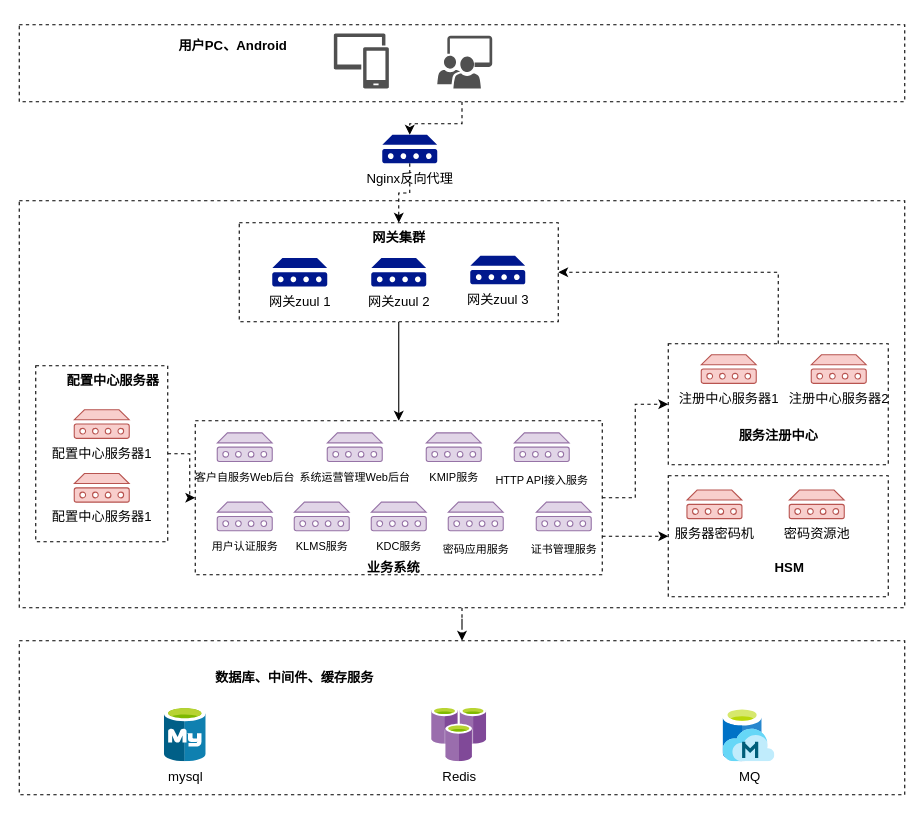
Earlier version of the draw.io diagram cloud-arch.drawio (twoconk/guaniu). Source tidied: cells renumbered, new cells numbered last; positions are measured from the earlier drawing's top-left corner, leaving out a move shared by most shapes. Both pictures are drawn from the tidied source at 110%, with x=0, y=0 at pixel (19, 19).
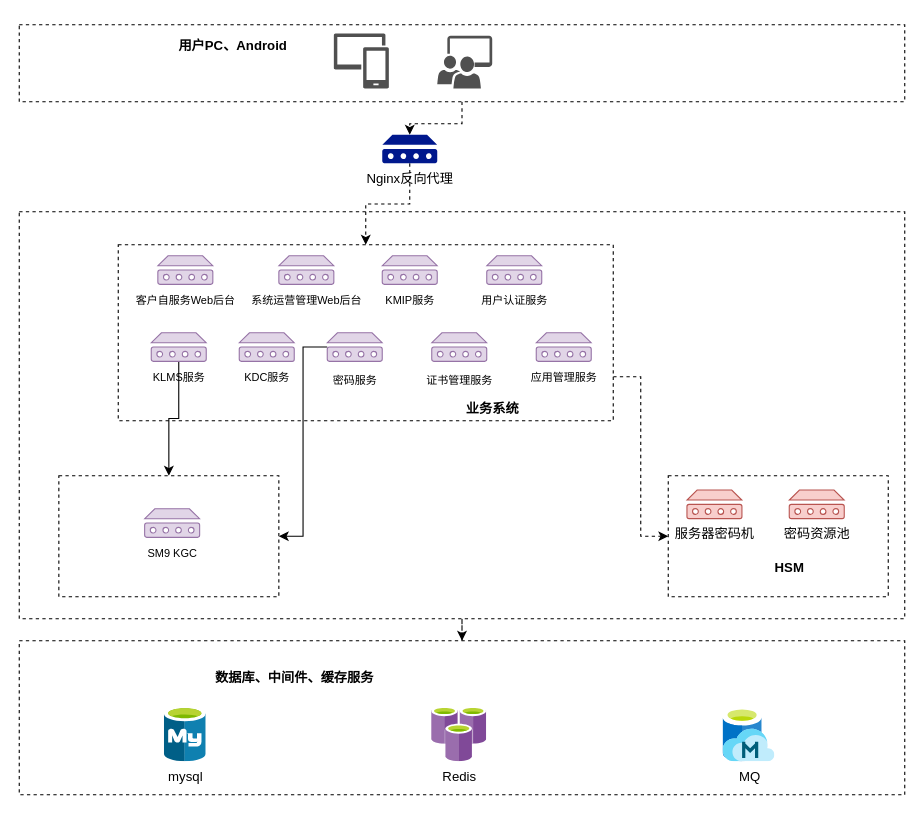
The same diagram, later.

Unchanged cells that the change refers to:
```xml
<mxCell id="26" value="Nginx反向代理" style="shadow=0;dashed=0;html=1;strokeColor=none;labelPosition=center;verticalLabelPosition=bottom;verticalAlign=top;align=center;fillColor=#00188D;shape=mxgraph.mscae.enterprise.device;" parent="1" vertex="1">
  <mxGeometry x="330" y="105" width="50" height="26" as="geometry" />
</mxCell>
```

Change to the diagram source:
```diff
@@
-    <mxCell id="4" style="edgeStyle=orthogonalEdgeStyle;rounded=0;jumpStyle=none;jettySize=auto;html=1;entryX=1;entryY=0.5;entryDx=0;entryDy=0;dashed=1;exitX=0;exitY=0.5;exitDx=0;exitDy=0;" parent="1" edge="1" source="16" target="12">
-      <mxGeometry relative="1" as="geometry" />
+    <mxCell id="4" style="edgeStyle=orthogonalEdgeStyle;rounded=0;jumpStyle=none;jettySize=auto;html=1;entryX=1;entryY=0.5;entryDx=0;entryDy=0;dashed=1;exitX=0;exitY=0.5;exitDx=0;exitDy=0;" parent="1" edge="1" source="16">
+      <mxGeometry relative="1" as="geometry">
+        <mxPoint x="135" y="395" as="targetPoint" />
+      </mxGeometry>
     </mxCell>
     <mxCell id="5" style="rounded=0;whiteSpace=wrap;html=1;dashed=1;" parent="1" vertex="1">
-      <mxGeometry y="165" width="805" height="370" as="geometry" />
+      <mxGeometry y="175" width="805" height="370" as="geometry" />
     </mxCell>
@@
-    <mxCell id="7" style="rounded=0;whiteSpace=wrap;html=1;dashed=1;" parent="1" vertex="1">
-      <mxGeometry x="590" y="295" width="200" height="110" as="geometry" />
-    </mxCell>
-    <mxCell id="8" style="edgeStyle=orthogonalEdgeStyle;rounded=0;jettySize=auto;html=1;entryX=0.5;entryY=0;entryDx=0;entryDy=0;" parent="1" edge="1" source="9" target="16">
-      <mxGeometry relative="1" as="geometry" />
-    </mxCell>
-    <mxCell id="9" style="rounded=0;whiteSpace=wrap;html=1;dashed=1;" parent="1" vertex="1">
-      <mxGeometry x="200" y="185" width="290" height="90" as="geometry" />
-    </mxCell>
@@
-    <mxCell id="11" style="edgeStyle=orthogonalEdgeStyle;rounded=0;jumpStyle=none;jettySize=auto;html=1;entryX=0;entryY=0.5;entryDx=0;entryDy=0;dashed=1;" parent="1" edge="1" source="12" target="16">
-      <mxGeometry relative="1" as="geometry" />
-    </mxCell>
-    <mxCell id="12" style="rounded=0;whiteSpace=wrap;html=1;dashed=1;" parent="1" vertex="1">
-      <mxGeometry x="15" y="315" width="120" height="160" as="geometry" />
-    </mxCell>
-    <mxCell id="13" value="&lt;font style=&quot;font-size: 12px&quot;&gt;配置中心服务器&lt;/font&gt;" style="text;strokeColor=none;fillColor=none;html=1;fontSize=24;fontStyle=1;verticalAlign=middle;align=center;dashed=1;" parent="1" vertex="1">
-      <mxGeometry x="35" y="305" width="100" height="40" as="geometry" />
-    </mxCell>
-    <mxCell id="14" style="edgeStyle=orthogonalEdgeStyle;rounded=0;jettySize=auto;html=1;exitX=1;exitY=0.5;exitDx=0;exitDy=0;dashed=1;entryX=0;entryY=0.5;entryDx=0;entryDy=0;" parent="1" edge="1" source="16" target="7">
-      <mxGeometry relative="1" as="geometry" />
-    </mxCell>
@@
     <mxCell id="16" style="rounded=0;whiteSpace=wrap;html=1;dashed=1;" parent="1" vertex="1">
-      <mxGeometry x="160" y="365" width="370" height="140" as="geometry" />
+      <mxGeometry x="90" y="205" width="450" height="160" as="geometry" />
     </mxCell>
@@
-    <mxCell id="18" value="&lt;span style=&quot;font-size: 12px&quot;&gt;网关集群&lt;/span&gt;" style="text;strokeColor=none;fillColor=none;html=1;fontSize=24;fontStyle=1;verticalAlign=middle;align=center;dashed=1;" parent="1" vertex="1">
-      <mxGeometry x="265" y="175" width="160" height="40" as="geometry" />
-    </mxCell>
     <mxCell id="19" value="&lt;span style=&quot;font-size: 12px&quot;&gt;业务系统&lt;/span&gt;" style="text;strokeColor=none;fillColor=none;html=1;fontSize=24;fontStyle=1;verticalAlign=middle;align=center;dashed=1;" parent="1" vertex="1">
-      <mxGeometry x="260" y="475" width="160" height="40" as="geometry" />
+      <mxGeometry x="350" y="330" width="160" height="40" as="geometry" />
     </mxCell>
-    <mxCell id="20" style="edgeStyle=orthogonalEdgeStyle;rounded=0;jettySize=auto;html=1;exitX=0.5;exitY=0;exitDx=0;exitDy=0;jumpStyle=none;dashed=1;entryX=1;entryY=0.5;entryDx=0;entryDy=0;" parent="1" edge="1" source="7" target="9">
-      <mxGeometry relative="1" as="geometry" />
-    </mxCell>
-    <mxCell id="21" value="&lt;span style=&quot;font-size: 12px&quot;&gt;服务注册中心&lt;/span&gt;" style="text;strokeColor=none;fillColor=none;html=1;fontSize=24;fontStyle=1;verticalAlign=middle;align=center;dashed=1;" parent="1" vertex="1">
-      <mxGeometry x="610" y="355" width="160" height="40" as="geometry" />
-    </mxCell>
@@
-    <mxCell id="25" style="edgeStyle=orthogonalEdgeStyle;rounded=0;jumpStyle=none;jettySize=auto;html=1;dashed=1;" parent="1" edge="1" source="26" target="9">
+    <mxCell id="25" style="edgeStyle=orthogonalEdgeStyle;rounded=0;jumpStyle=none;jettySize=auto;html=1;dashed=1;" parent="1" edge="1" source="26" target="16">
       <mxGeometry relative="1" as="geometry" />
     </mxCell>
@@
-    <mxCell id="27" value="网关zuul 1" style="shadow=0;dashed=0;html=1;strokeColor=none;labelPosition=center;verticalLabelPosition=bottom;verticalAlign=top;align=center;fillColor=#00188D;shape=mxgraph.mscae.enterprise.device;" parent="1" vertex="1">
-      <mxGeometry x="230" y="217" width="50" height="26" as="geometry" />
-    </mxCell>
-    <mxCell id="28" value="网关zuul 2" style="shadow=0;dashed=0;html=1;strokeColor=none;labelPosition=center;verticalLabelPosition=bottom;verticalAlign=top;align=center;fillColor=#00188D;shape=mxgraph.mscae.enterprise.device;" parent="1" vertex="1">
-      <mxGeometry x="320" y="217" width="50" height="26" as="geometry" />
-    </mxCell>
-    <mxCell id="29" value="网关zuul 3" style="shadow=0;dashed=0;html=1;strokeColor=none;labelPosition=center;verticalLabelPosition=bottom;verticalAlign=top;align=center;fillColor=#00188D;shape=mxgraph.mscae.enterprise.device;" parent="1" vertex="1">
-      <mxGeometry x="410" y="215" width="50" height="26" as="geometry" />
-    </mxCell>
-    <mxCell id="30" value="配置中心服务器1" style="shadow=0;dashed=0;html=1;strokeColor=#b85450;labelPosition=center;verticalLabelPosition=bottom;verticalAlign=top;align=center;fillColor=#f8cecc;shape=mxgraph.mscae.enterprise.device;" parent="1" vertex="1">
-      <mxGeometry x="50" y="413" width="50" height="26" as="geometry" />
-    </mxCell>
-    <mxCell id="31" value="配置中心服务器1" style="shadow=0;dashed=0;html=1;strokeColor=#b85450;labelPosition=center;verticalLabelPosition=bottom;verticalAlign=top;align=center;fillColor=#f8cecc;shape=mxgraph.mscae.enterprise.device;" parent="1" vertex="1">
-      <mxGeometry x="50" y="355" width="50" height="26" as="geometry" />
-    </mxCell>
-    <mxCell id="32" value="注册中心服务器1" style="shadow=0;dashed=0;html=1;strokeColor=#b85450;labelPosition=center;verticalLabelPosition=bottom;verticalAlign=top;align=center;fillColor=#f8cecc;shape=mxgraph.mscae.enterprise.device;" parent="1" vertex="1">
-      <mxGeometry x="620" y="305" width="50" height="26" as="geometry" />
-    </mxCell>
-    <mxCell id="33" value="注册中心服务器2" style="shadow=0;dashed=0;html=1;strokeColor=#b85450;labelPosition=center;verticalLabelPosition=bottom;verticalAlign=top;align=center;fillColor=#f8cecc;shape=mxgraph.mscae.enterprise.device;" parent="1" vertex="1">
-      <mxGeometry x="720" y="305" width="50" height="26" as="geometry" />
-    </mxCell>
     <mxCell id="34" value="&lt;font size=&quot;1&quot;&gt;客户自服务Web后台&lt;/font&gt;" style="shadow=0;dashed=0;html=1;strokeColor=#9673a6;labelPosition=center;verticalLabelPosition=bottom;verticalAlign=top;align=center;fillColor=#e1d5e7;shape=mxgraph.mscae.enterprise.device;" parent="1" vertex="1">
-      <mxGeometry x="180" y="376" width="50" height="26" as="geometry" />
+      <mxGeometry x="126" y="215" width="50" height="26" as="geometry" />
     </mxCell>
-    <mxCell id="35" value="&lt;p class=&quot;MsoNormal&quot; align=&quot;center&quot; style=&quot;margin: 0pt 0pt 0.0001pt ; line-height: 21px ; text-indent: 0pt&quot;&gt;&lt;font style=&quot;font-size: 10px&quot;&gt;HTTP API接入服务&lt;/font&gt;&lt;/p&gt;" style="shadow=0;dashed=0;html=1;strokeColor=#9673a6;labelPosition=center;verticalLabelPosition=bottom;verticalAlign=top;align=center;fillColor=#e1d5e7;shape=mxgraph.mscae.enterprise.device;" parent="1" vertex="1">
-      <mxGeometry x="450" y="376" width="50" height="26" as="geometry" />
-    </mxCell>
     <mxCell id="36" value="&lt;font size=&quot;1&quot;&gt;系统运营管理Web后台&lt;/font&gt;" style="shadow=0;dashed=0;html=1;strokeColor=#9673a6;labelPosition=center;verticalLabelPosition=bottom;verticalAlign=top;align=center;fillColor=#e1d5e7;shape=mxgraph.mscae.enterprise.device;" parent="1" vertex="1">
-      <mxGeometry x="280" y="376" width="50" height="26" as="geometry" />
+      <mxGeometry x="236" y="215" width="50" height="26" as="geometry" />
     </mxCell>
     <mxCell id="37" value="&lt;font size=&quot;1&quot;&gt;KMIP服务&lt;/font&gt;" style="shadow=0;dashed=0;html=1;strokeColor=#9673a6;labelPosition=center;verticalLabelPosition=bottom;verticalAlign=top;align=center;fillColor=#e1d5e7;shape=mxgraph.mscae.enterprise.device;" parent="1" vertex="1">
-      <mxGeometry x="370" y="376" width="50" height="26" as="geometry" />
+      <mxGeometry x="330" y="215" width="50" height="26" as="geometry" />
     </mxCell>
     <mxCell id="38" value="&lt;font size=&quot;1&quot;&gt;用户认证服务&lt;/font&gt;" style="shadow=0;dashed=0;html=1;strokeColor=#9673a6;labelPosition=center;verticalLabelPosition=bottom;verticalAlign=top;align=center;fillColor=#e1d5e7;shape=mxgraph.mscae.enterprise.device;" parent="1" vertex="1">
-      <mxGeometry x="180" y="439" width="50" height="26" as="geometry" />
+      <mxGeometry x="425" y="215" width="50" height="26" as="geometry" />
     </mxCell>
+    <mxCell id="51" style="edgeStyle=orthogonalEdgeStyle;rounded=0;jettySize=auto;html=1;entryX=1;entryY=0.5;entryDx=0;entryDy=0;" parent="1" edge="1" source="39" target="53">
+      <mxGeometry relative="1" as="geometry" />
+    </mxCell>
-    <mxCell id="39" value="&lt;p class=&quot;MsoNormal&quot; align=&quot;center&quot; style=&quot;margin: 0pt 0pt 0.0001pt ; line-height: 21px ; text-indent: 0pt&quot;&gt;&lt;font size=&quot;1&quot;&gt;密码应用服务&lt;/font&gt;&lt;/p&gt;" style="shadow=0;dashed=0;html=1;strokeColor=#9673a6;labelPosition=center;verticalLabelPosition=bottom;verticalAlign=top;align=center;fillColor=#e1d5e7;shape=mxgraph.mscae.enterprise.device;" parent="1" vertex="1">
-      <mxGeometry x="390" y="439" width="50" height="26" as="geometry" />
+    <mxCell id="39" value="&lt;p class=&quot;MsoNormal&quot; align=&quot;center&quot; style=&quot;margin: 0pt 0pt 0.0001pt ; line-height: 21px ; text-indent: 0pt&quot;&gt;&lt;font size=&quot;1&quot;&gt;密码服务&lt;/font&gt;&lt;/p&gt;" style="shadow=0;dashed=0;html=1;strokeColor=#9673a6;labelPosition=center;verticalLabelPosition=bottom;verticalAlign=top;align=center;fillColor=#e1d5e7;shape=mxgraph.mscae.enterprise.device;" parent="1" vertex="1">
+      <mxGeometry x="280" y="285" width="50" height="26" as="geometry" />
     </mxCell>
+    <mxCell id="52" style="edgeStyle=orthogonalEdgeStyle;rounded=0;jettySize=auto;html=1;entryX=0.5;entryY=0;entryDx=0;entryDy=0;" parent="1" edge="1" source="40" target="53">
+      <mxGeometry relative="1" as="geometry" />
+    </mxCell>
     <mxCell id="40" value="&lt;font size=&quot;1&quot;&gt;KLMS服务&lt;/font&gt;" style="shadow=0;dashed=0;html=1;strokeColor=#9673a6;labelPosition=center;verticalLabelPosition=bottom;verticalAlign=top;align=center;fillColor=#e1d5e7;shape=mxgraph.mscae.enterprise.device;" parent="1" vertex="1">
-      <mxGeometry x="250" y="439" width="50" height="26" as="geometry" />
+      <mxGeometry x="120" y="285" width="50" height="26" as="geometry" />
     </mxCell>
     <mxCell id="41" value="&lt;font size=&quot;1&quot;&gt;KDC服务&lt;/font&gt;" style="shadow=0;dashed=0;html=1;strokeColor=#9673a6;labelPosition=center;verticalLabelPosition=bottom;verticalAlign=top;align=center;fillColor=#e1d5e7;shape=mxgraph.mscae.enterprise.device;" parent="1" vertex="1">
-      <mxGeometry x="320" y="439" width="50" height="26" as="geometry" />
+      <mxGeometry x="200" y="285" width="50" height="26" as="geometry" />
     </mxCell>
     <mxCell id="42" value="&lt;p class=&quot;MsoNormal&quot; align=&quot;center&quot; style=&quot;margin: 0pt 0pt 0.0001pt ; line-height: 21px ; text-indent: 0pt&quot;&gt;&lt;font size=&quot;1&quot;&gt;证书管理服务&lt;/font&gt;&lt;/p&gt;" style="shadow=0;dashed=0;html=1;strokeColor=#9673a6;labelPosition=center;verticalLabelPosition=bottom;verticalAlign=top;align=center;fillColor=#e1d5e7;shape=mxgraph.mscae.enterprise.device;" parent="1" vertex="1">
-      <mxGeometry x="470" y="439" width="50" height="26" as="geometry" />
+      <mxGeometry x="375" y="285" width="50" height="26" as="geometry" />
     </mxCell>
@@
+    <mxCell id="53" style="rounded=0;whiteSpace=wrap;html=1;dashed=1;" parent="1" vertex="1">
+      <mxGeometry x="36" y="415" width="200" height="110" as="geometry" />
+    </mxCell>
+    <mxCell id="54" value="&lt;font size=&quot;1&quot;&gt;SM9 KGC&lt;/font&gt;" style="shadow=0;dashed=0;html=1;strokeColor=#9673a6;labelPosition=center;verticalLabelPosition=bottom;verticalAlign=top;align=center;fillColor=#e1d5e7;shape=mxgraph.mscae.enterprise.device;" parent="1" vertex="1">
+      <mxGeometry x="114" y="445" width="50" height="26" as="geometry" />
+    </mxCell>
+    <mxCell id="55" value="&lt;font size=&quot;1&quot;&gt;应用管理服务&lt;/font&gt;" style="shadow=0;dashed=0;html=1;strokeColor=#9673a6;labelPosition=center;verticalLabelPosition=bottom;verticalAlign=top;align=center;fillColor=#e1d5e7;shape=mxgraph.mscae.enterprise.device;" parent="1" vertex="1">
+      <mxGeometry x="470" y="285" width="50" height="26" as="geometry" />
+    </mxCell>
```
